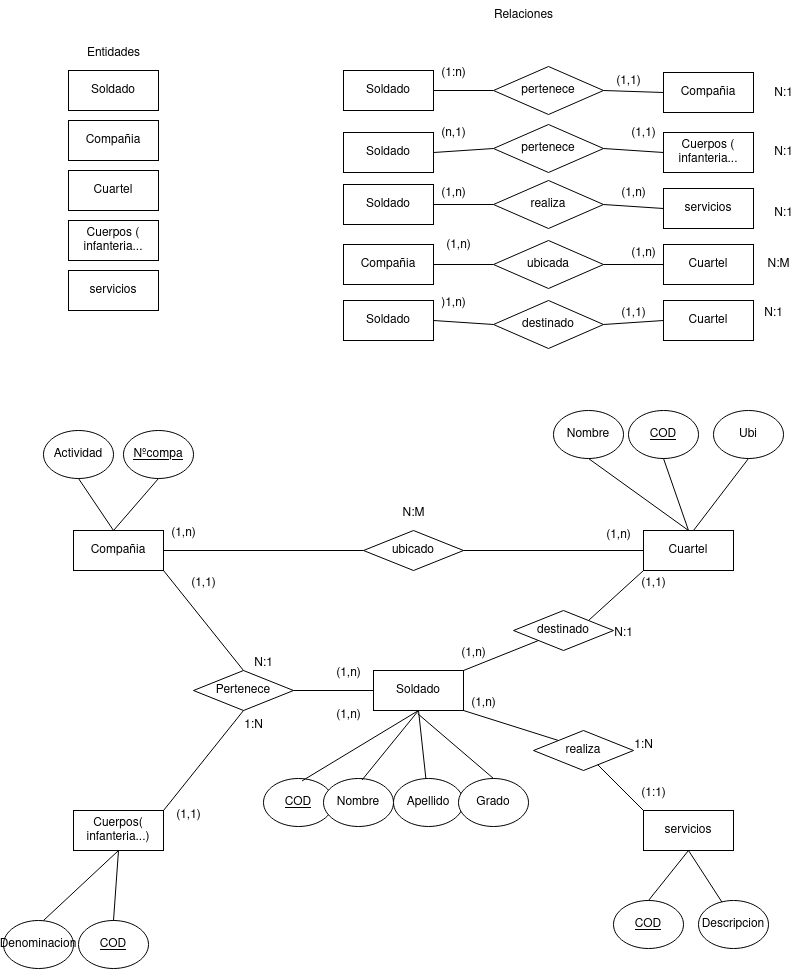
Earlier version of the draw.io export Ejercicios/tarea2/Tarea2_E1.drawio.png (adogonz23/BAE). Source tidied: cells renumbered, new cells last; positions are measured from the earlier drawing's top-left corner, leaving out a move shared by most shapes.
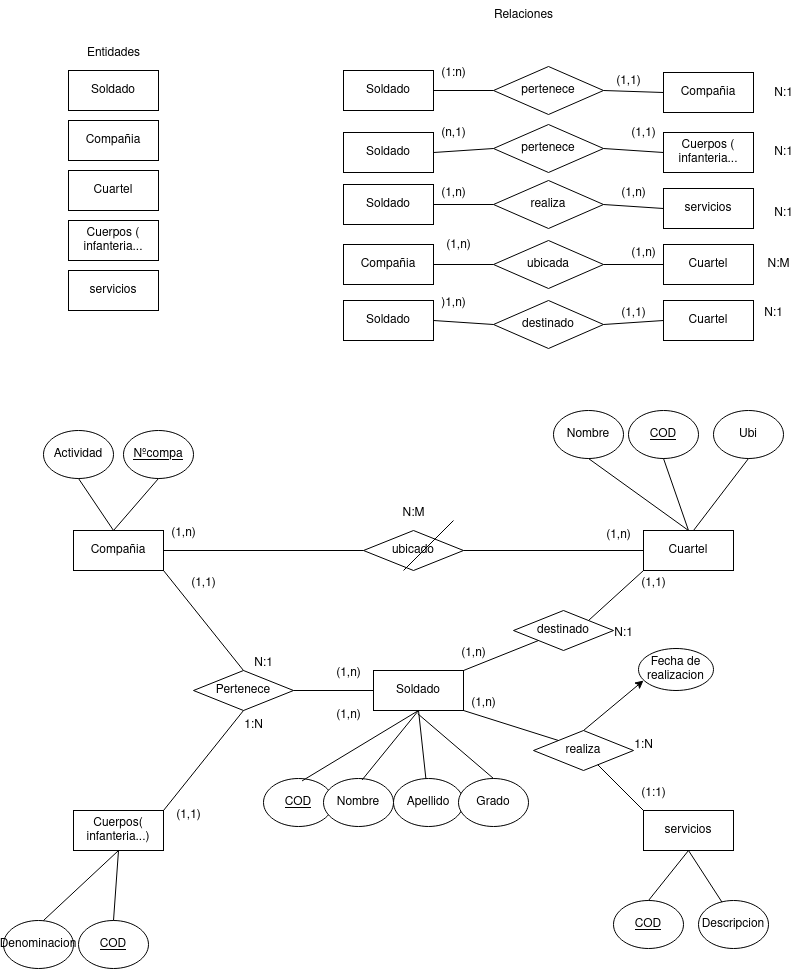
Later version of the same file.

What changed in the source:
```diff
@@ -326,5 +326,19 @@
     <mxCell id="107" style="endArrow=none;html=1;rounded=0;entryX=0.5;entryY=1;entryDx=0;entryDy=0;exitX=0.335;exitY=0.033;exitDx=0;exitDy=0;exitPerimeter=0;" parent="1" edge="1" source="105" target="53">
       <mxGeometry relative="1" as="geometry" />
     </mxCell>
+    <mxCell id="108" style="endArrow=none;html=1;rounded=0;" parent="1" edge="1">
+      <mxGeometry relative="1" as="geometry">
+        <mxPoint x="400" y="570" as="sourcePoint" />
+        <mxPoint x="450" y="520" as="targetPoint" />
+      </mxGeometry>
+    </mxCell>
+    <mxCell id="109" style="endArrow=classic;html=1;rounded=0;exitX=0.5;exitY=0;exitDx=0;exitDy=0;" parent="1" edge="1" source="58">
+      <mxGeometry relative="1" as="geometry">
+        <mxPoint x="640" y="680" as="targetPoint" />
+      </mxGeometry>
+    </mxCell>
+    <mxCell id="110" value="Fecha de realizacion" style="ellipse;whiteSpace=wrap;html=1;" parent="1" vertex="1">
+      <mxGeometry x="635" y="648" width="75" height="42" as="geometry" />
+    </mxCell>
   </root>
 </mxGraphModel>
```
